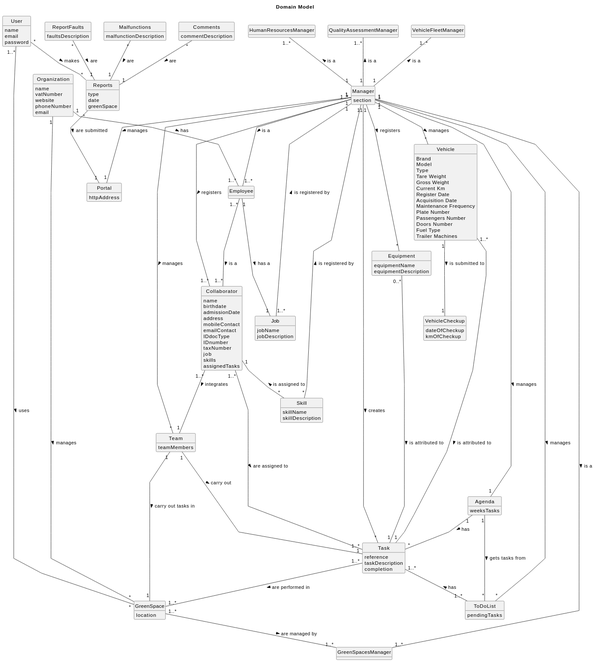
Above: docs/sprintC/global-artifacts/02.analysis/svg/project-domain-model.svg in Paulo-Pereira-at-ISEP/lei-24-s2-1nanb-g321 (PlantUML), before the change.
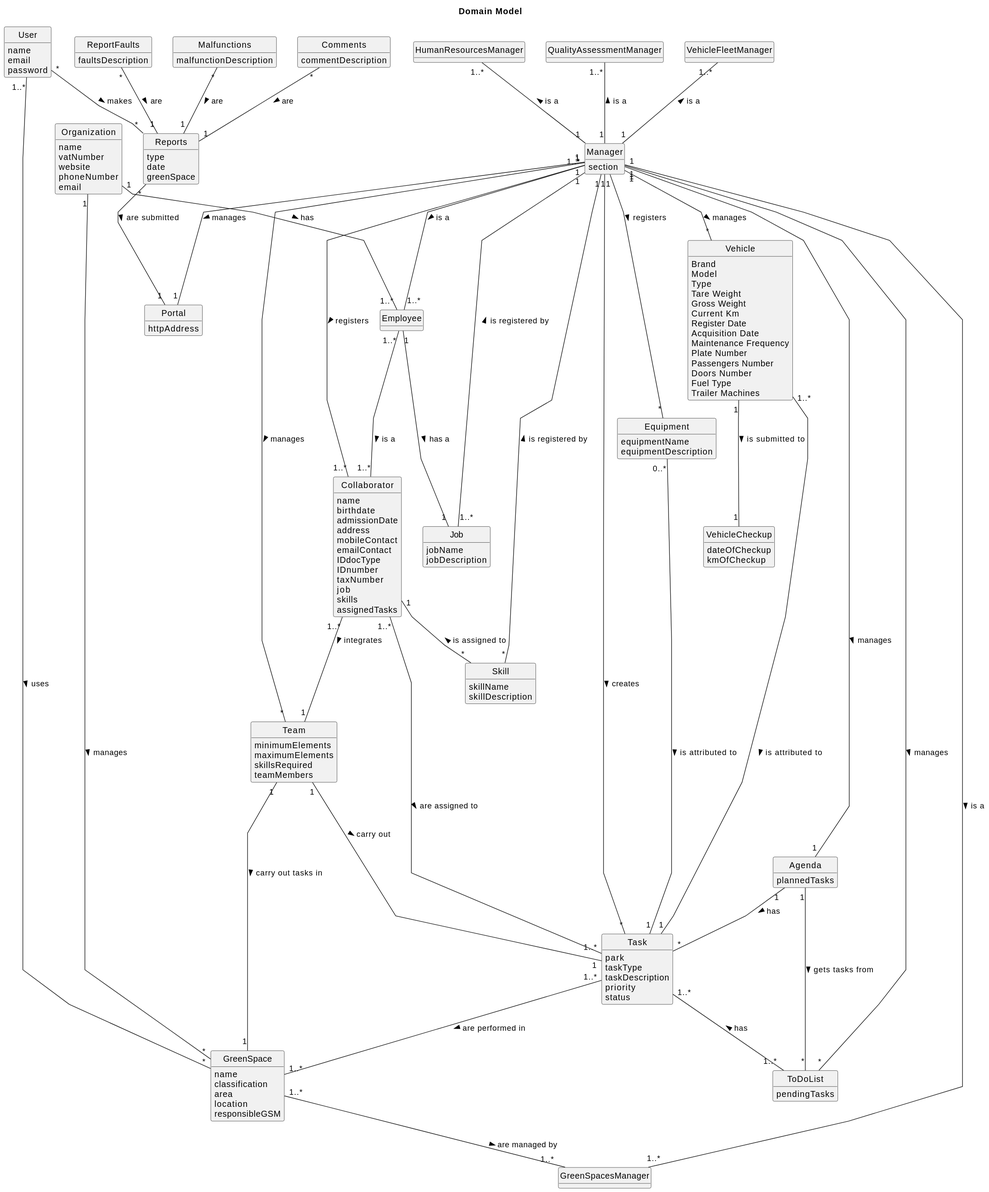
After the commit.

Commit message:
LGGPM-188 - SprintC - Analysis - Domain Model Update

Diff of the diagram source:
```diff
@@ -94,14 +94,16 @@
 }
 
 class Agenda {
-    weeksTasks
+    plannedTasks
 }
 
 
 class Task {
-    reference
+    park
+    taskType
     taskDescription
-    completion
+    priority
+    status
 
 }
 
@@ -110,11 +112,18 @@
 }
 
 class Team {
+    minimumElements
+    maximumElements
+    skillsRequired
     teamMembers
 }
 
 class GreenSpace {
+    name
+    classification
+    area
     location
+    responsibleGSM
 }
 
 class Portal {
```
